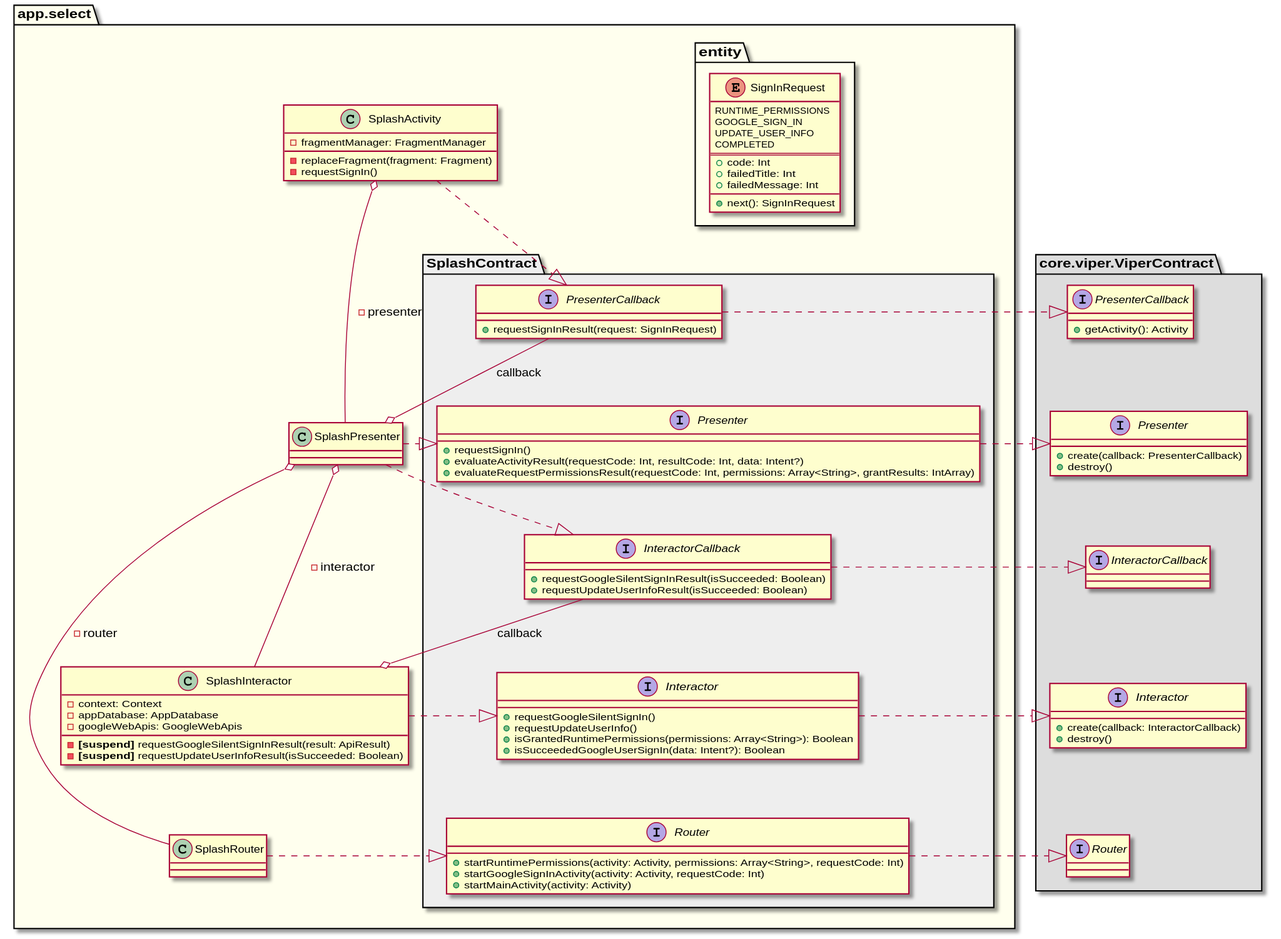
Above: uml/splash/class_diagram_splash_viper.svg in sallyluenoa/PhotoSlideShow (PlantUML), before the change.
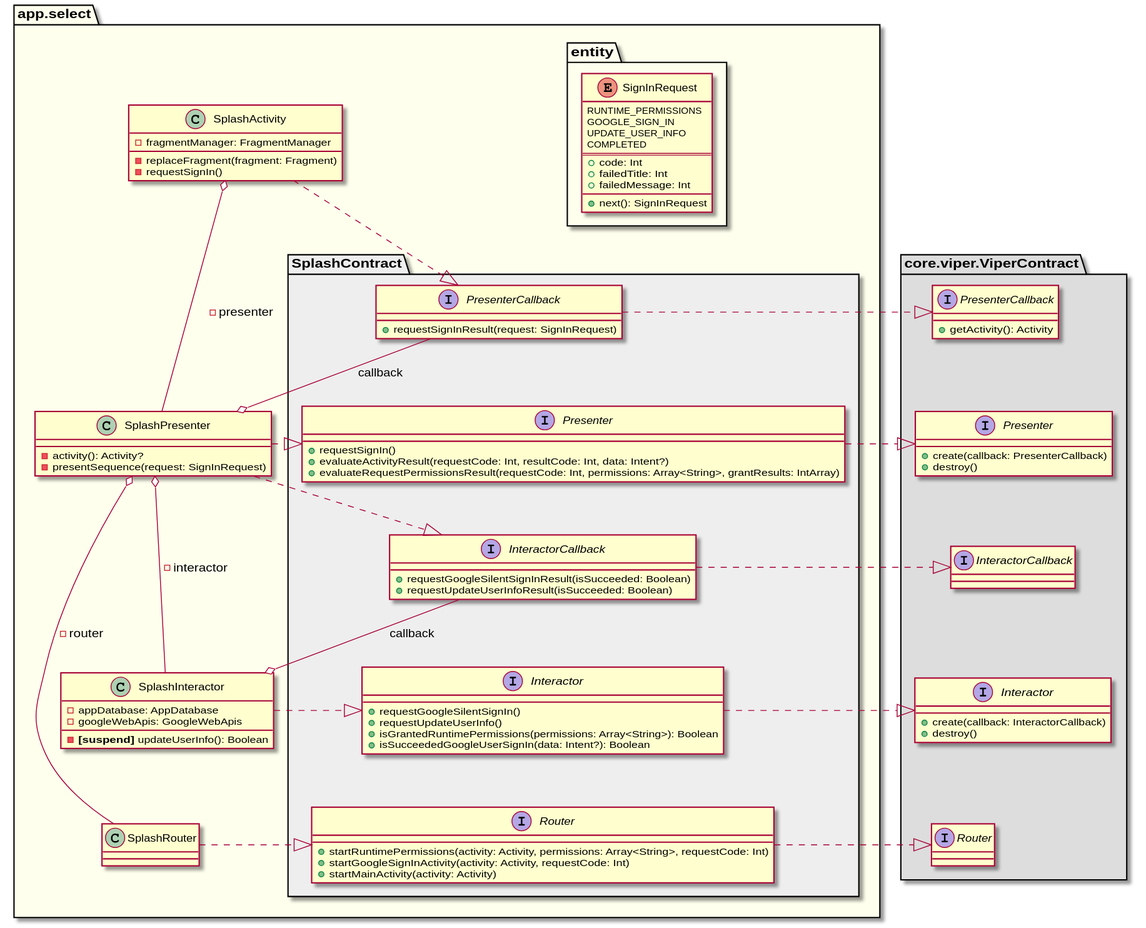
Later version of the same file.

The edit, as a diff of the source:
```diff
@@ -73,13 +73,14 @@
     - replaceFragment(fragment: Fragment)
     - requestSignIn()
   }
-  class SplashPresenter
+  class SplashPresenter {
+    - activity(): Activity?
+    - presentSequence(request: SignInRequest)
+  }
   class SplashInteractor {
-    - context: Context
     - appDatabase: AppDatabase
     - googleWebApis: GoogleWebApis
-    - <b>[suspend]</b> requestGoogleSilentSignInResult(result: ApiResult)
-    - <b>[suspend]</b> requestUpdateUserInfoResult(isSucceeded: Boolean)
+    - <b>[suspend]</b> updateUserInfo(): Boolean
   }
   class SplashRouter
 
```
